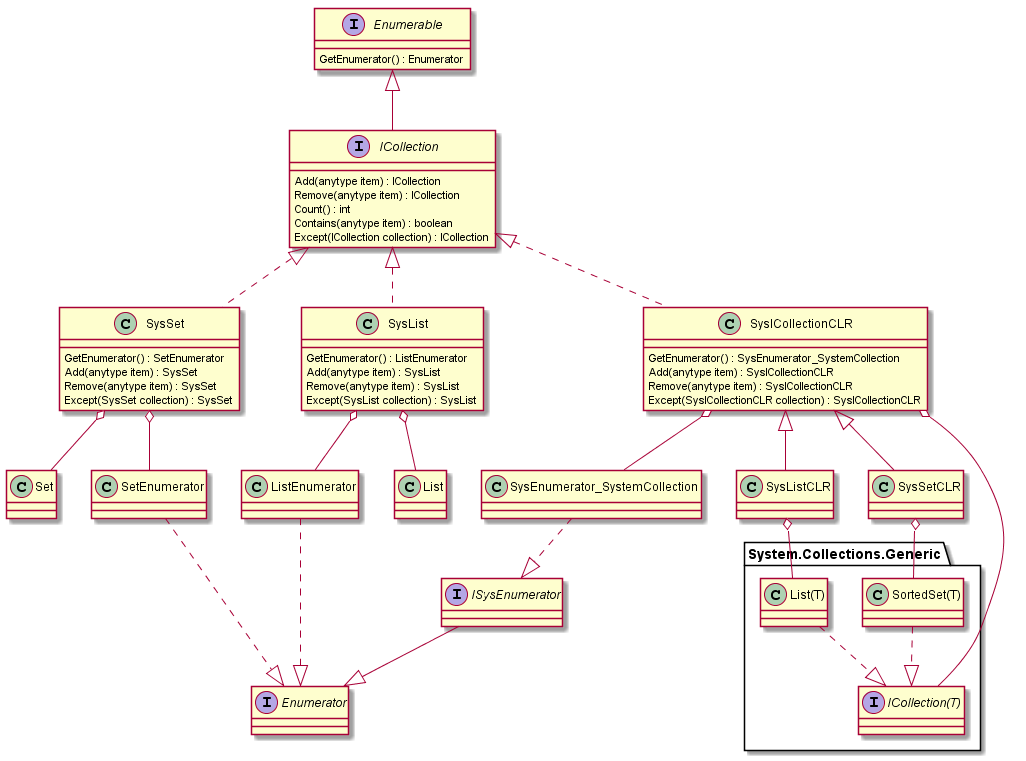
d-tolstov/Ax2009-ICollection keeps this PlantUML diagram as out/schema/ICollection.png. Above is the earlier version.
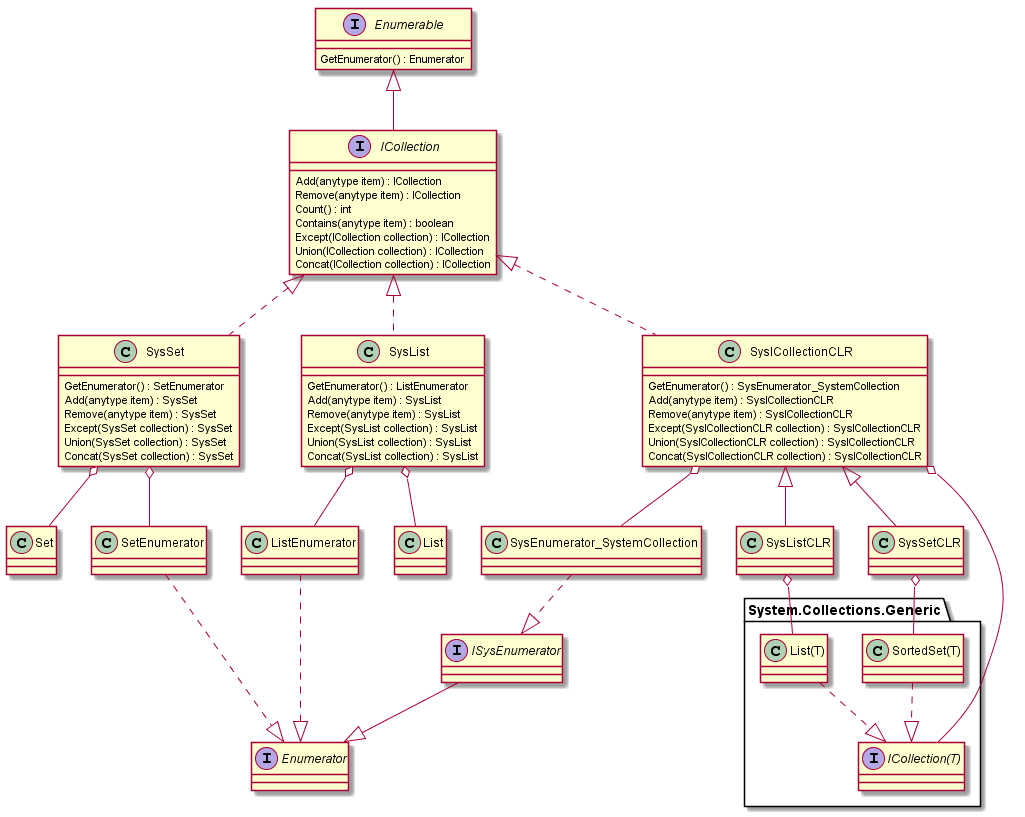
Later version of the same file.

Commit message:
Add Union ,Concat

Change to the diagram source:
```diff
@@ -10,6 +10,8 @@
     Count() : int
     Contains(anytype item) : boolean
     Except(ICollection collection) : ICollection
+    Union(ICollection collection) : ICollection
+    Concat(ICollection collection) : ICollection
 }
 Enumerable <|-- ICollection
 
@@ -18,6 +20,8 @@
     Add(anytype item) : SysSet
     Remove(anytype item) : SysSet
     Except(SysSet collection) : SysSet
+    Union(SysSet collection) : SysSet
+    Concat(SysSet collection) : SysSet
 }
 ICollection <|.. SysSet
 
@@ -34,6 +38,8 @@
     Add(anytype item) : SysList
     Remove(anytype item) : SysList
     Except(SysList collection) : SysList
+    Union(SysList collection) : SysList
+    Concat(SysList collection) : SysList
 }
 ICollection <|.. SysList
 
@@ -55,6 +61,8 @@
     Add(anytype item) : SysICollectionCLR
     Remove(anytype item) : SysICollectionCLR
     Except(SysICollectionCLR collection) : SysICollectionCLR
+    Union(SysICollectionCLR collection) : SysICollectionCLR
+    Concat(SysICollectionCLR collection) : SysICollectionCLR
 }
 ICollection <|.. SysICollectionCLR
 
```
